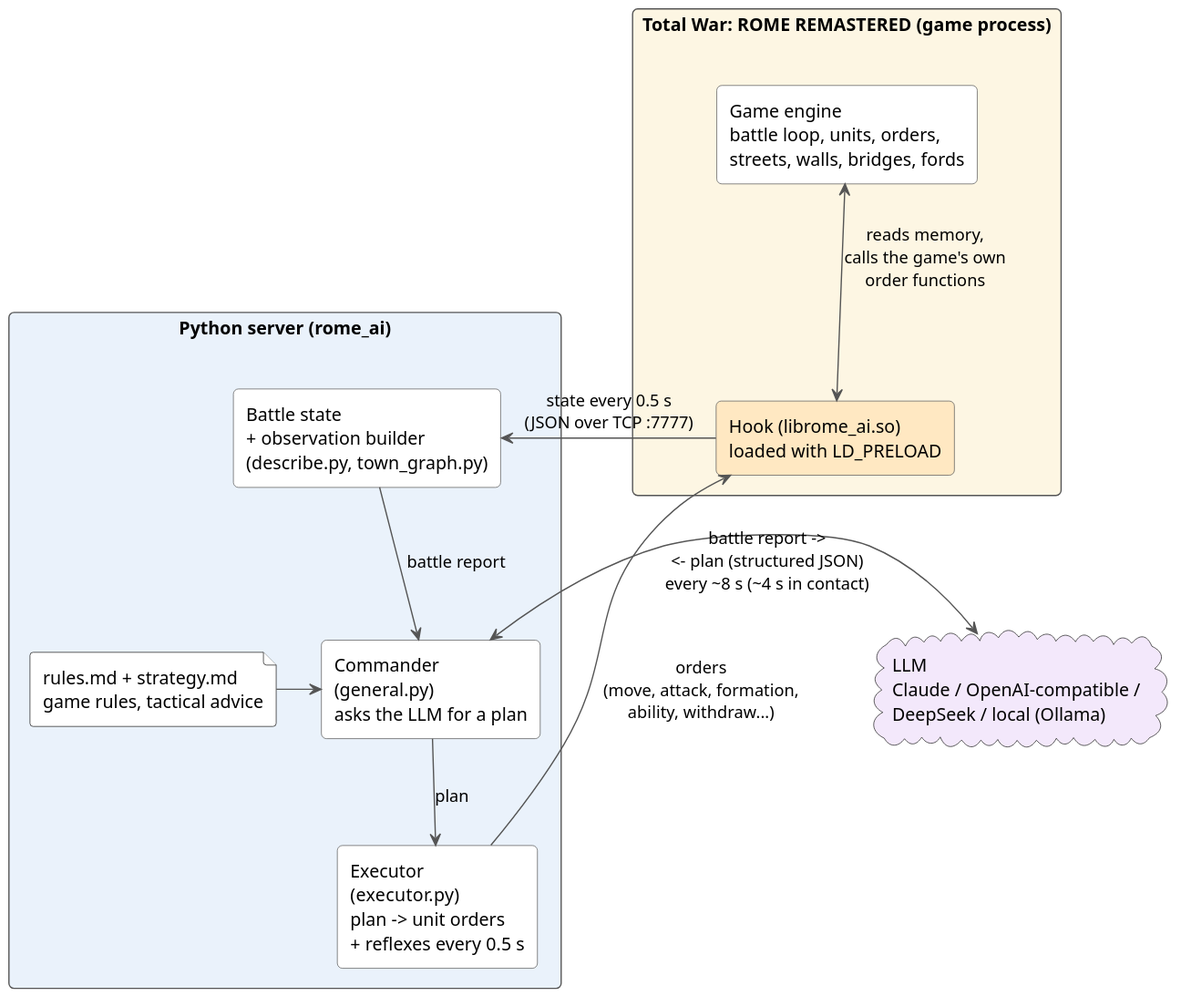
The PlantUML diagram docs/img/architecture.svg in Cegli865/rome-battle-ai, before a commit. The source it was exported from:
```plantuml
@startuml
skinparam backgroundColor #FFFFFF
skinparam defaultFontName Sans
skinparam componentStyle rectangle
skinparam shadowing false
skinparam ArrowColor #555555
skinparam rectangle {
  BorderColor #555555
  RoundCorner 8
}

rectangle "Total War: ROME REMASTERED (game process)" as game #FDF6E3 {
  rectangle "Game engine\nbattle loop, units, orders,\nstreets, walls, bridges, fords" as engine #FFFFFF
  rectangle "Hook (librome_ai.so)\nloaded with LD_PRELOAD" as hook #FFE8C2
}

rectangle "Python server (rome_ai)" as server #EAF2FB {
  rectangle "Battle state\n+ observation builder\n(describe.py, town_graph.py)" as obs #FFFFFF
  rectangle "Commander\n(general.py)\nasks the LLM for a plan" as general #FFFFFF
  rectangle "Executor\n(executor.py)\nplan -> unit orders\n+ reflexes every 0.5 s" as executor #FFFFFF
  file "rules.md + strategy.md\ngame rules, tactical advice" as rules #FFFFFF
}

cloud "LLM\nClaude / OpenAI-compatible /\nDeepSeek / local (Ollama)" as llm #F3E8FB

engine <-down-> hook : "reads memory,\ncalls the game's own\norder functions"
hook -right-> obs : "state every 0.5 s\n(JSON over TCP :7777)"
obs -down-> general : "battle report"
rules -right-> general
general <-right-> llm : "battle report ->\n<- plan (structured JSON)\nevery ~8 s (~4 s in contact)"
general -down-> executor : "plan"
executor -left-> hook : "orders\n(move, attack, formation,\nability, withdraw...)"
@enduml
```
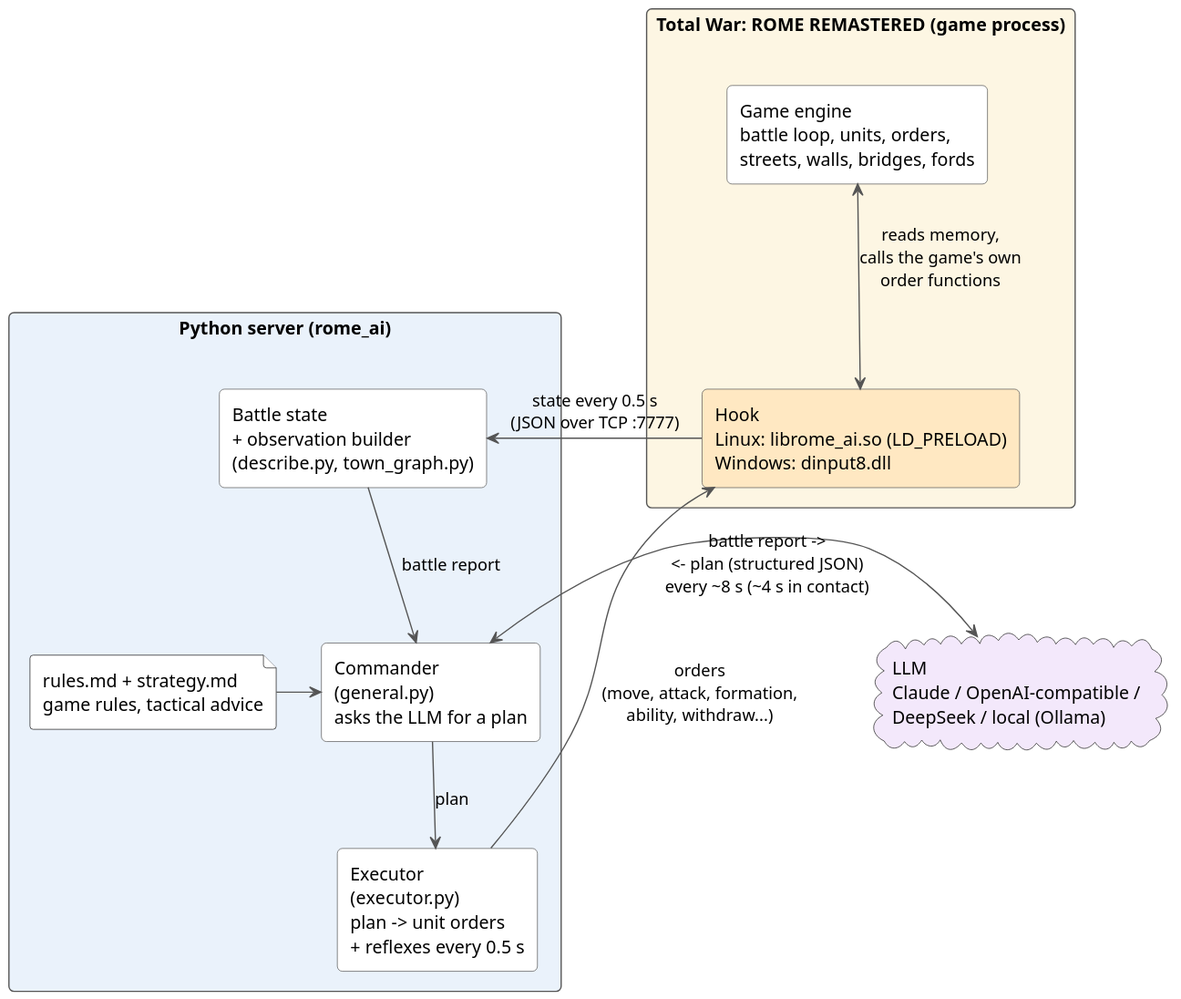
Later version of the same file.

Commit message:
Windows version of the hook (dinput8.dll)

What changed in the source:
```diff
@@ -11,7 +11,7 @@
 
 rectangle "Total War: ROME REMASTERED (game process)" as game #FDF6E3 {
   rectangle "Game engine\nbattle loop, units, orders,\nstreets, walls, bridges, fords" as engine #FFFFFF
-  rectangle "Hook (librome_ai.so)\nloaded with LD_PRELOAD" as hook #FFE8C2
+  rectangle "Hook\nLinux: librome_ai.so (LD_PRELOAD)\nWindows: dinput8.dll" as hook #FFE8C2
 }
 
 rectangle "Python server (rome_ai)" as server #EAF2FB {
```
